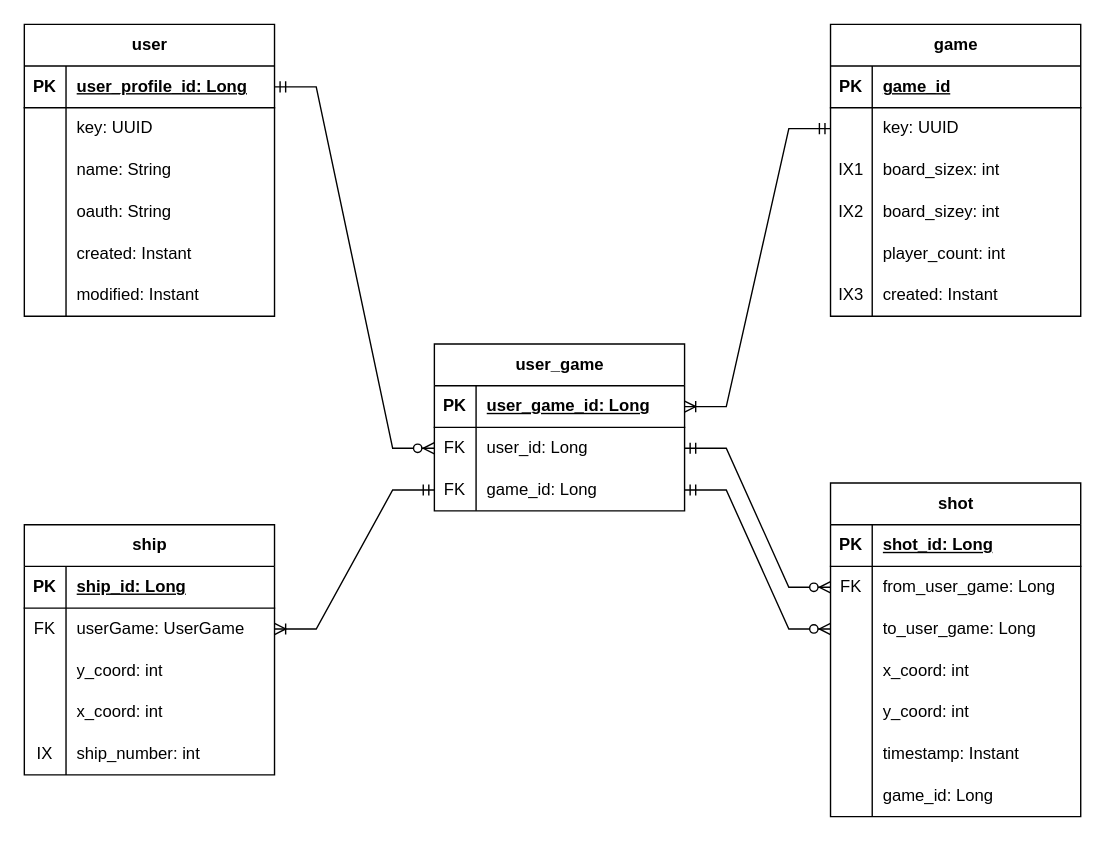
This is docs/work/erd.drawio from ddc-java-17/cutthroat-battleship-docs, a draw.io file, before an edit. Source tidied: cells renumbered, new cells numbered last; positions are measured from the earlier drawing's top-left corner, leaving out a move shared by most shapes. Both pictures are drawn from the tidied source at 139%, with x=0, y=0 at pixel (24, 24).
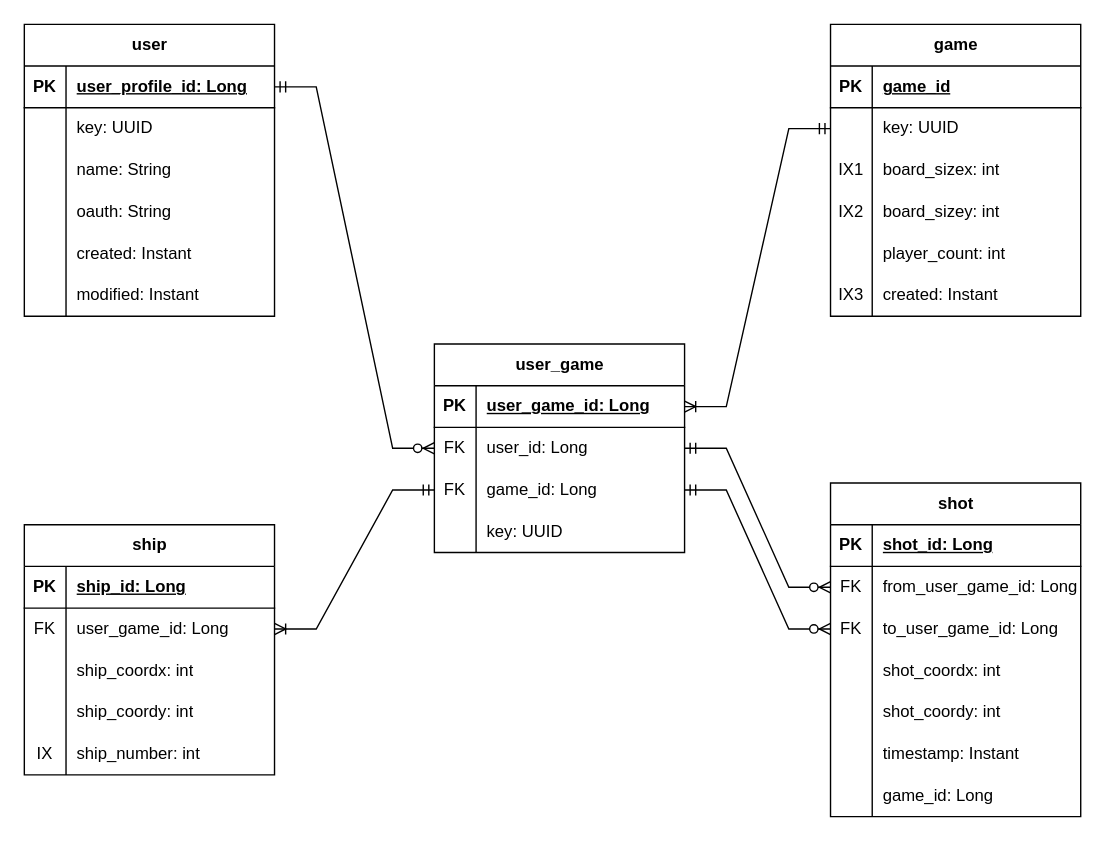
The same page after the edit.

Commit message (it also covers changes not shown here):
Updated ERD and added DDL

Unchanged cells that the change refers to:
```xml
<mxCell id="54" style="shape=tableRow;horizontal=0;startSize=0;swimlaneHead=0;swimlaneBody=0;fillColor=none;points=[[0,0.5],[1,0.5]];portConstraint=eastwest;top=0;left=0;right=0;bottom=0;" parent="50" vertex="1">
  <mxGeometry y="60" width="180" height="30" as="geometry" />
</mxCell>
<mxCell id="57" style="shape=tableRow;horizontal=0;startSize=0;swimlaneHead=0;swimlaneBody=0;fillColor=none;points=[[0,0.5],[1,0.5]];portConstraint=eastwest;top=0;left=0;right=0;bottom=0;" parent="50" vertex="1">
  <mxGeometry y="90" width="180" height="30" as="geometry" />
</mxCell>
<mxCell id="60" style="shape=tableRow;horizontal=0;startSize=0;swimlaneHead=0;swimlaneBody=0;fillColor=none;top=0;left=0;right=0;bottom=0;" parent="50" vertex="1">
  <mxGeometry y="120" width="180" height="30" as="geometry" />
</mxCell>
<mxCell id="63" style="shape=tableRow;horizontal=0;startSize=0;swimlaneHead=0;swimlaneBody=0;fillColor=none;top=0;left=0;right=0;bottom=0;" parent="50" vertex="1">
  <mxGeometry y="150" width="180" height="30" as="geometry" />
</mxCell>
<mxCell id="76" style="shape=tableRow;horizontal=0;startSize=0;swimlaneHead=0;swimlaneBody=0;fillColor=none;points=[[0,0.5],[1,0.5]];portConstraint=eastwest;top=0;left=0;right=0;bottom=0;" parent="72" vertex="1">
  <mxGeometry y="60" width="180" height="30" as="geometry" />
</mxCell>
<mxCell id="79" style="shape=tableRow;horizontal=0;startSize=0;swimlaneHead=0;swimlaneBody=0;fillColor=none;top=0;left=0;right=0;bottom=0;" parent="72" vertex="1">
  <mxGeometry y="90" width="180" height="30" as="geometry" />
</mxCell>
<mxCell id="82" style="shape=tableRow;horizontal=0;startSize=0;swimlaneHead=0;swimlaneBody=0;fillColor=none;top=0;left=0;right=0;bottom=0;" parent="72" vertex="1">
  <mxGeometry y="120" width="180" height="30" as="geometry" />
</mxCell>
```

The edit, as a diff of the source:
```diff
@@
     <mxCell id="40" value="user_game" style="shape=table;startSize=30;childLayout=tableLayout;rowLines=0;fontStyle=1;align=center;html=1;" parent="1" vertex="1">
-      <mxGeometry x="295" y="230" width="180" height="120" as="geometry" />
+      <mxGeometry x="295" y="230" width="180" height="150" as="geometry" />
     </mxCell>
@@
+    <mxCell id="93" style="shape=tableRow;horizontal=0;startSize=0;swimlaneHead=0;swimlaneBody=0;fillColor=none;top=0;left=0;right=0;bottom=0;" parent="40" vertex="1">
+      <mxGeometry y="120" width="180" height="30" as="geometry" />
+    </mxCell>
+    <mxCell id="94" style="shape=partialRectangle;fillColor=none;top=0;left=0;bottom=0;right=0;overflow=hidden;whiteSpace=wrap;html=1;" parent="93" vertex="1">
+      <mxGeometry width="30" height="30" as="geometry" />
+    </mxCell>
+    <mxCell id="95" value="key: UUID" style="shape=partialRectangle;fillColor=none;top=0;left=0;bottom=0;right=0;align=left;spacingLeft=6;overflow=hidden;whiteSpace=wrap;html=1;" parent="93" vertex="1">
+      <mxGeometry x="30" width="150" height="30" as="geometry" />
+    </mxCell>
@@
-    <mxCell id="56" value="from_user_game: Long" style="shape=partialRectangle;fillColor=none;top=0;left=0;bottom=0;right=0;align=left;spacingLeft=6;overflow=hidden;whiteSpace=wrap;html=1;" parent="54" vertex="1">
+    <mxCell id="56" value="from_user_game_id: Long" style="shape=partialRectangle;fillColor=none;top=0;left=0;bottom=0;right=0;align=left;spacingLeft=6;overflow=hidden;whiteSpace=wrap;html=1;" parent="54" vertex="1">
       <mxGeometry x="30" width="150" height="30" as="geometry" />
     </mxCell>
@@
-    <mxCell id="58" style="shape=partialRectangle;fillColor=none;top=0;left=0;bottom=0;right=0;overflow=hidden;whiteSpace=wrap;html=1;" parent="57" vertex="1">
+    <mxCell id="58" value="FK" style="shape=partialRectangle;fillColor=none;top=0;left=0;bottom=0;right=0;overflow=hidden;whiteSpace=wrap;html=1;" parent="57" vertex="1">
       <mxGeometry width="30" height="30" as="geometry" />
     </mxCell>
-    <mxCell id="59" value="to_user_game: Long" style="shape=partialRectangle;fillColor=none;top=0;left=0;bottom=0;right=0;align=left;spacingLeft=6;overflow=hidden;whiteSpace=wrap;html=1;" parent="57" vertex="1">
+    <mxCell id="59" value="to_user_game_id: Long" style="shape=partialRectangle;fillColor=none;top=0;left=0;bottom=0;right=0;align=left;spacingLeft=6;overflow=hidden;whiteSpace=wrap;html=1;" parent="57" vertex="1">
       <mxGeometry x="30" width="150" height="30" as="geometry" />
     </mxCell>
@@
-    <mxCell id="62" value="x_coord: int" style="shape=partialRectangle;fillColor=none;top=0;left=0;bottom=0;right=0;align=left;spacingLeft=6;overflow=hidden;whiteSpace=wrap;html=1;" parent="60" vertex="1">
+    <mxCell id="62" value="shot_coordx: int" style="shape=partialRectangle;fillColor=none;top=0;left=0;bottom=0;right=0;align=left;spacingLeft=6;overflow=hidden;whiteSpace=wrap;html=1;" parent="60" vertex="1">
       <mxGeometry x="30" width="150" height="30" as="geometry" />
     </mxCell>
@@
-    <mxCell id="65" value="y_coord: int" style="shape=partialRectangle;fillColor=none;top=0;left=0;bottom=0;right=0;align=left;spacingLeft=6;overflow=hidden;whiteSpace=wrap;html=1;" parent="63" vertex="1">
+    <mxCell id="65" value="shot_coordy: int" style="shape=partialRectangle;fillColor=none;top=0;left=0;bottom=0;right=0;align=left;spacingLeft=6;overflow=hidden;whiteSpace=wrap;html=1;" parent="63" vertex="1">
       <mxGeometry x="30" width="150" height="30" as="geometry" />
     </mxCell>
@@
-    <mxCell id="78" value="userGame: UserGame" style="shape=partialRectangle;fillColor=none;top=0;left=0;bottom=0;right=0;align=left;spacingLeft=6;overflow=hidden;whiteSpace=wrap;html=1;" parent="76" vertex="1">
+    <mxCell id="78" value="user_game_id: Long" style="shape=partialRectangle;fillColor=none;top=0;left=0;bottom=0;right=0;align=left;spacingLeft=6;overflow=hidden;whiteSpace=wrap;html=1;" parent="76" vertex="1">
       <mxGeometry x="30" width="150" height="30" as="geometry" />
     </mxCell>
@@
-    <mxCell id="81" value="y_coord: int" style="shape=partialRectangle;fillColor=none;top=0;left=0;bottom=0;right=0;align=left;spacingLeft=6;overflow=hidden;whiteSpace=wrap;html=1;" parent="79" vertex="1">
+    <mxCell id="81" value="ship_coordx: int" style="shape=partialRectangle;fillColor=none;top=0;left=0;bottom=0;right=0;align=left;spacingLeft=6;overflow=hidden;whiteSpace=wrap;html=1;" parent="79" vertex="1">
       <mxGeometry x="30" width="150" height="30" as="geometry" />
     </mxCell>
@@
-    <mxCell id="84" value="x_coord: int" style="shape=partialRectangle;fillColor=none;top=0;left=0;bottom=0;right=0;align=left;spacingLeft=6;overflow=hidden;whiteSpace=wrap;html=1;" parent="82" vertex="1">
+    <mxCell id="84" value="ship_coordy: int" style="shape=partialRectangle;fillColor=none;top=0;left=0;bottom=0;right=0;align=left;spacingLeft=6;overflow=hidden;whiteSpace=wrap;html=1;" parent="82" vertex="1">
       <mxGeometry x="30" width="150" height="30" as="geometry" />
     </mxCell>
```
